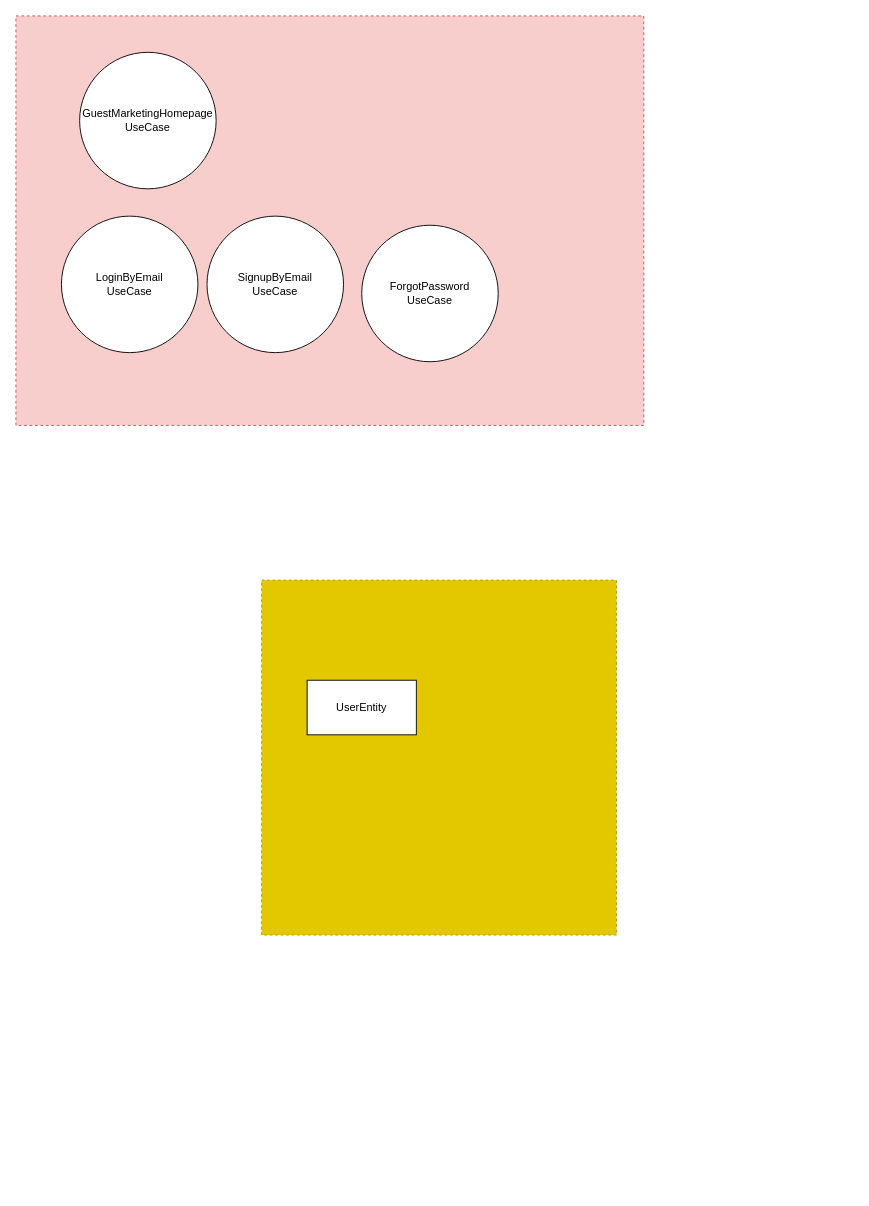
This is 3. draw.io/Untitled Diagram.drawio from aryskaliyev/go-bite-projects, a draw.io file, before an edit. Source tidied: cells renumbered, new cells numbered last; positions are measured from the earlier drawing's top-left corner, leaving out a move shared by most shapes. Both pictures are drawn from the tidied source at 91%, with x=0, y=0 at pixel (15, 15).
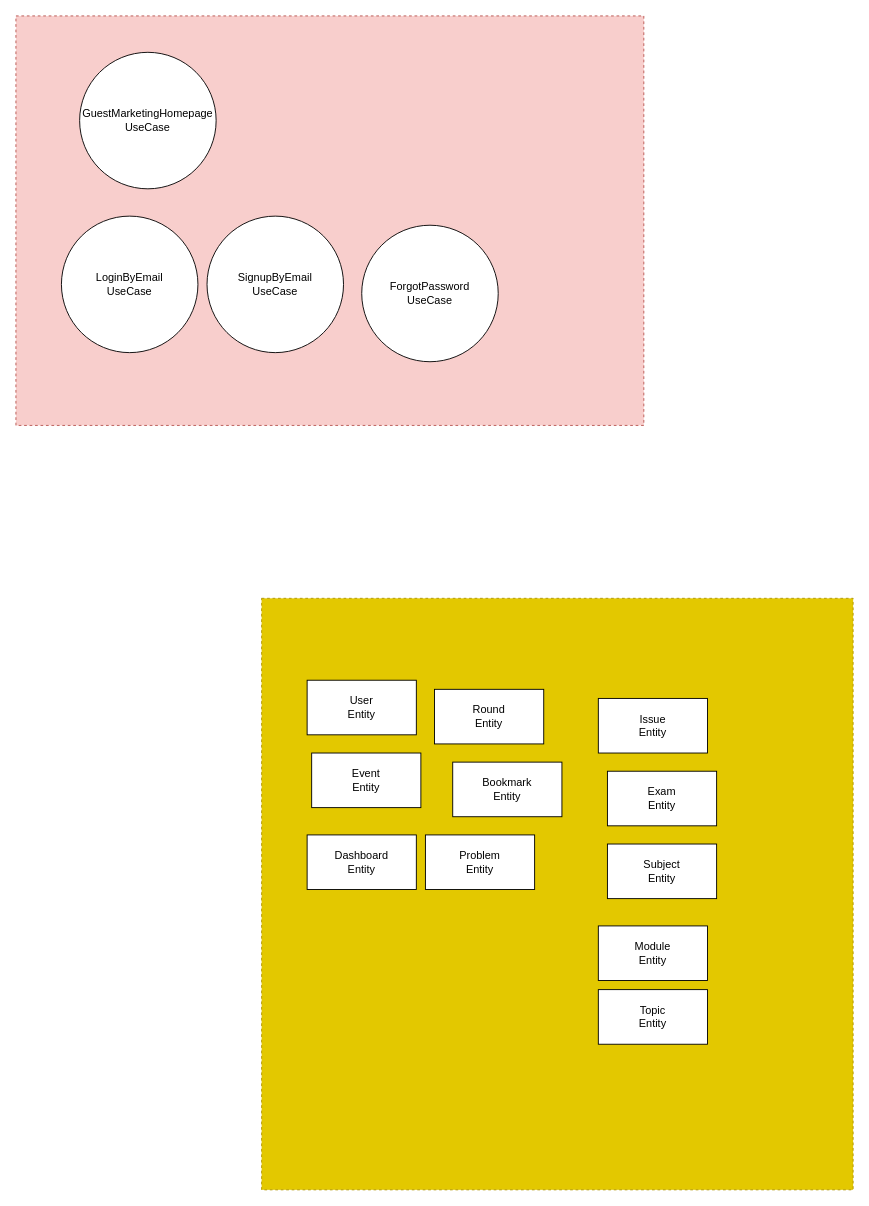
After the change.

The edit, as a diff of the source:
```diff
@@
 <mxGraphModel>
   <root>
     <mxCell id="0" />
     <mxCell id="1" parent="0" />
     <mxCell id="2" style="rounded=0;whiteSpace=wrap;html=1;fillColor=#f8cecc;strokeColor=#b85450;dashed=1;" parent="1" vertex="1">
       <mxGeometry width="690" height="450" as="geometry" />
     </mxCell>
     <mxCell id="3" value="&lt;div&gt;LoginByEmail&lt;/div&gt;&lt;div&gt;UseCase&lt;br&gt;&lt;/div&gt;" style="ellipse;whiteSpace=wrap;html=1;" parent="1" vertex="1">
       <mxGeometry x="50" y="220" width="150" height="150" as="geometry" />
     </mxCell>
     <mxCell id="4" value="&lt;div&gt;SignupByEmail&lt;/div&gt;&lt;div&gt;UseCase&lt;br&gt;&lt;/div&gt;" style="ellipse;whiteSpace=wrap;html=1;" parent="1" vertex="1">
       <mxGeometry x="210" y="220" width="150" height="150" as="geometry" />
     </mxCell>
     <mxCell id="5" value="&lt;div&gt;ForgotPassword&lt;/div&gt;&lt;div&gt;UseCase&lt;br&gt;&lt;/div&gt;" style="ellipse;whiteSpace=wrap;html=1;" parent="1" vertex="1">
       <mxGeometry x="380" y="230" width="150" height="150" as="geometry" />
     </mxCell>
     <mxCell id="6" value="GuestMarketingHomepage&lt;br&gt;&lt;div&gt;UseCase&lt;/div&gt;" style="ellipse;whiteSpace=wrap;html=1;" parent="1" vertex="1">
       <mxGeometry x="70" y="40" width="150" height="150" as="geometry" />
     </mxCell>
     <mxCell id="7" style="whiteSpace=wrap;html=1;fillColor=#e3c800;fontColor=#000000;strokeColor=#B09500;dashed=1;" parent="1" vertex="1">
-      <mxGeometry x="270" y="620" width="390" height="390" as="geometry" />
+      <mxGeometry x="270" y="640" width="650" height="650" as="geometry" />
     </mxCell>
-    <mxCell id="8" value="UserEntity" style="rounded=0;whiteSpace=wrap;html=1;" parent="1" vertex="1">
+    <mxCell id="8" value="&lt;div&gt;User&lt;/div&gt;&lt;div&gt;Entity&lt;/div&gt;" style="rounded=0;whiteSpace=wrap;html=1;" parent="1" vertex="1">
       <mxGeometry x="320" y="730" width="120" height="60" as="geometry" />
     </mxCell>
+    <mxCell id="9" value="&lt;div&gt;Event&lt;/div&gt;&lt;div&gt;Entity&lt;/div&gt;" style="rounded=0;whiteSpace=wrap;html=1;" parent="1" vertex="1">
+      <mxGeometry x="325" y="810" width="120" height="60" as="geometry" />
+    </mxCell>
+    <mxCell id="10" value="&lt;div&gt;Round&lt;/div&gt;&lt;div&gt;Entity&lt;/div&gt;" style="rounded=0;whiteSpace=wrap;html=1;" parent="1" vertex="1">
+      <mxGeometry x="460" y="740" width="120" height="60" as="geometry" />
+    </mxCell>
+    <mxCell id="11" value="&lt;div&gt;Bookmark&lt;/div&gt;&lt;div&gt;Entity&lt;/div&gt;" style="rounded=0;whiteSpace=wrap;html=1;" parent="1" vertex="1">
+      <mxGeometry x="480" y="820" width="120" height="60" as="geometry" />
+    </mxCell>
+    <mxCell id="12" value="&lt;div&gt;Dashboard&lt;/div&gt;&lt;div&gt;Entity&lt;br&gt;&lt;/div&gt;" style="rounded=0;whiteSpace=wrap;html=1;" parent="1" vertex="1">
+      <mxGeometry x="320" y="900" width="120" height="60" as="geometry" />
+    </mxCell>
+    <mxCell id="13" value="&lt;div&gt;Problem&lt;/div&gt;&lt;div&gt;Entity&lt;br&gt;&lt;/div&gt;" style="rounded=0;whiteSpace=wrap;html=1;" parent="1" vertex="1">
+      <mxGeometry x="450" y="900" width="120" height="60" as="geometry" />
+    </mxCell>
+    <mxCell id="14" value="&lt;div&gt;Issue&lt;/div&gt;&lt;div&gt;Entity&lt;br&gt;&lt;/div&gt;" style="rounded=0;whiteSpace=wrap;html=1;" parent="1" vertex="1">
+      <mxGeometry x="640" y="750" width="120" height="60" as="geometry" />
+    </mxCell>
+    <mxCell id="15" value="&lt;div&gt;Exam&lt;/div&gt;&lt;div&gt;Entity&lt;/div&gt;" style="rounded=0;whiteSpace=wrap;html=1;" parent="1" vertex="1">
+      <mxGeometry x="650" y="830" width="120" height="60" as="geometry" />
+    </mxCell>
+    <mxCell id="16" value="Subject&lt;br&gt;&lt;div&gt;Entity&lt;/div&gt;" style="rounded=0;whiteSpace=wrap;html=1;" parent="1" vertex="1">
+      <mxGeometry x="650" y="910" width="120" height="60" as="geometry" />
+    </mxCell>
+    <mxCell id="17" value="&lt;div&gt;Module&lt;/div&gt;&lt;div&gt;Entity&lt;br&gt;&lt;/div&gt;" style="rounded=0;whiteSpace=wrap;html=1;" parent="1" vertex="1">
+      <mxGeometry x="640" y="1000" width="120" height="60" as="geometry" />
+    </mxCell>
+    <mxCell id="18" value="&lt;div&gt;Topic&lt;/div&gt;&lt;div&gt;Entity&lt;br&gt;&lt;/div&gt;" style="rounded=0;whiteSpace=wrap;html=1;" parent="1" vertex="1">
+      <mxGeometry x="640" y="1070" width="120" height="60" as="geometry" />
+    </mxCell>
   </root>
 </mxGraphModel>
```
